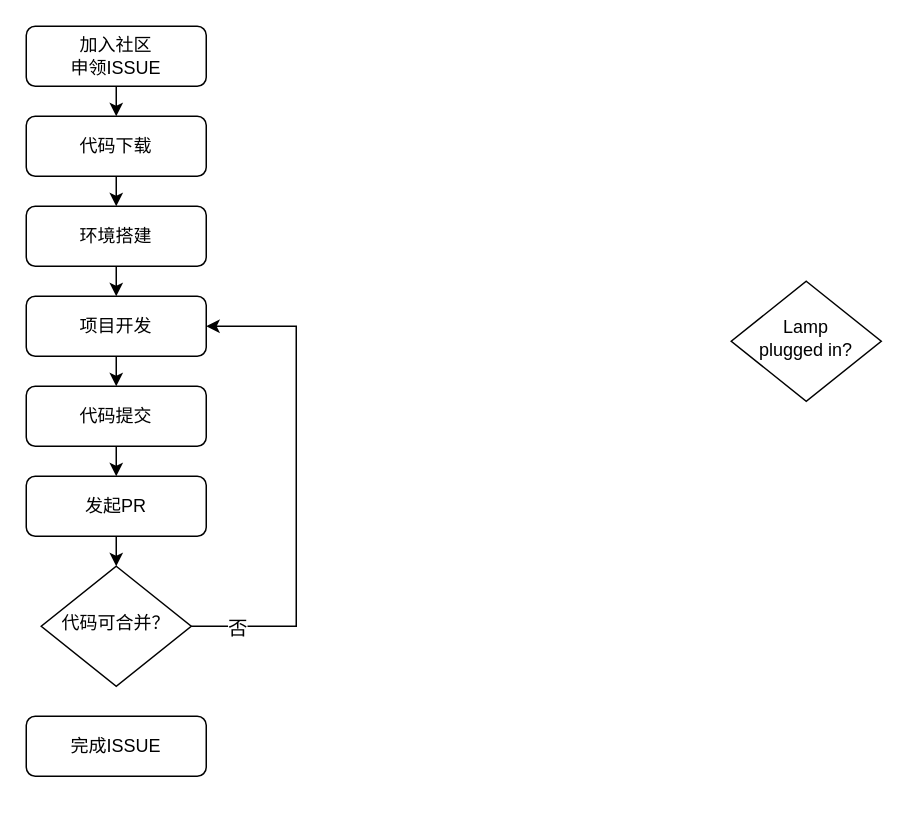
The draw.io diagram 项目实训流程图n.drawio in ShiaoYoung/ShiaoYoung, before the edit. Source tidied: cells renumbered, new cells numbered last; positions are measured from the earlier drawing's top-left corner, leaving out a move shared by most shapes. Both pictures are drawn from the tidied source at 150%, with x=0, y=0 at pixel (26, 26).
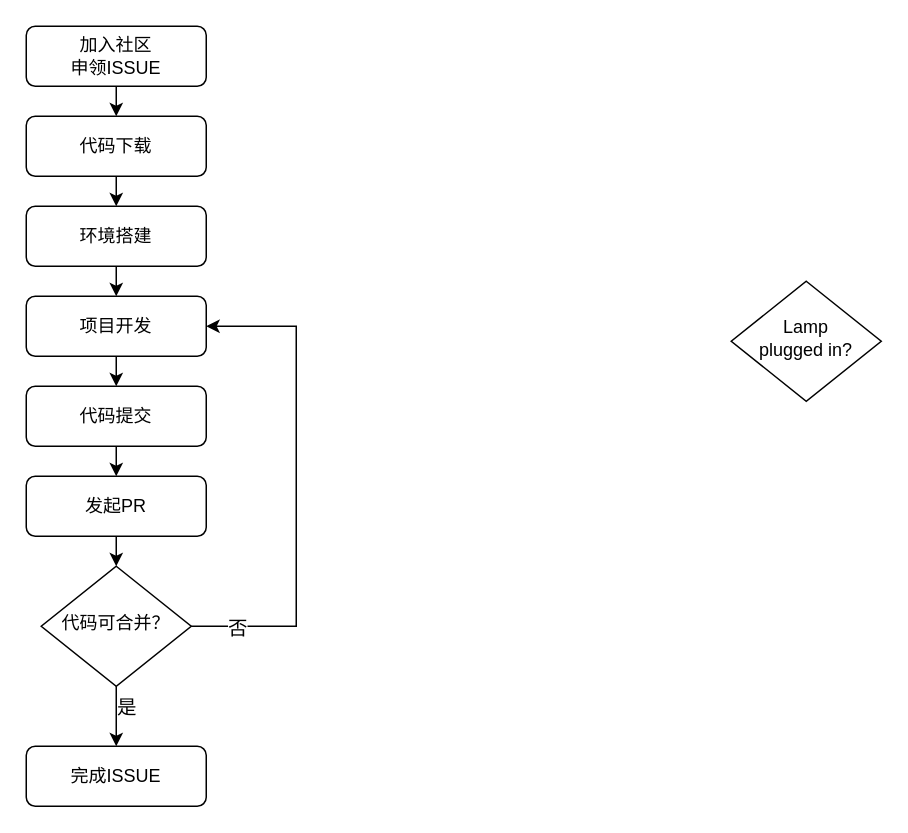
The same page after the edit.

Commit message (it also covers changes not shown here):
更新项目实训流程图n.drawio

Unchanged cells that the change refers to:
```xml
<mxCell id="9" value="代码可合并？" style="rhombus;whiteSpace=wrap;html=1;shadow=0;fontFamily=Helvetica;fontSize=12;align=center;strokeWidth=1;spacing=6;spacingTop=-4;labelBackgroundColor=none;" parent="1" vertex="1">
  <mxGeometry x="10" y="360" width="100" height="80" as="geometry" />
</mxCell>
```

Change to the diagram source:
```diff
@@
     <mxCell id="18" value="完成ISSUE" style="rounded=1;whiteSpace=wrap;html=1;fontSize=12;glass=0;strokeWidth=1;shadow=0;labelBackgroundColor=none;" parent="1" vertex="1">
-      <mxGeometry y="460" width="120" height="40" as="geometry" />
+      <mxGeometry y="480" width="120" height="40" as="geometry" />
     </mxCell>
+    <mxCell id="19" style="edgeStyle=orthogonalEdgeStyle;rounded=0;jettySize=auto;html=1;exitX=0.5;exitY=1;exitDx=0;exitDy=0;entryX=0.5;entryY=0;entryDx=0;entryDy=0;" parent="1" edge="1" source="9" target="18">
+      <mxGeometry relative="1" as="geometry" />
+    </mxCell>
+    <mxCell id="20" value="&lt;font style=&quot;font-size: 13px;&quot;&gt;是&lt;/font&gt;" style="edgeLabel;html=1;align=center;verticalAlign=middle;" parent="19" vertex="1">
+      <mxGeometry x="-0.36" y="6" relative="1" as="geometry" />
+    </mxCell>
```
